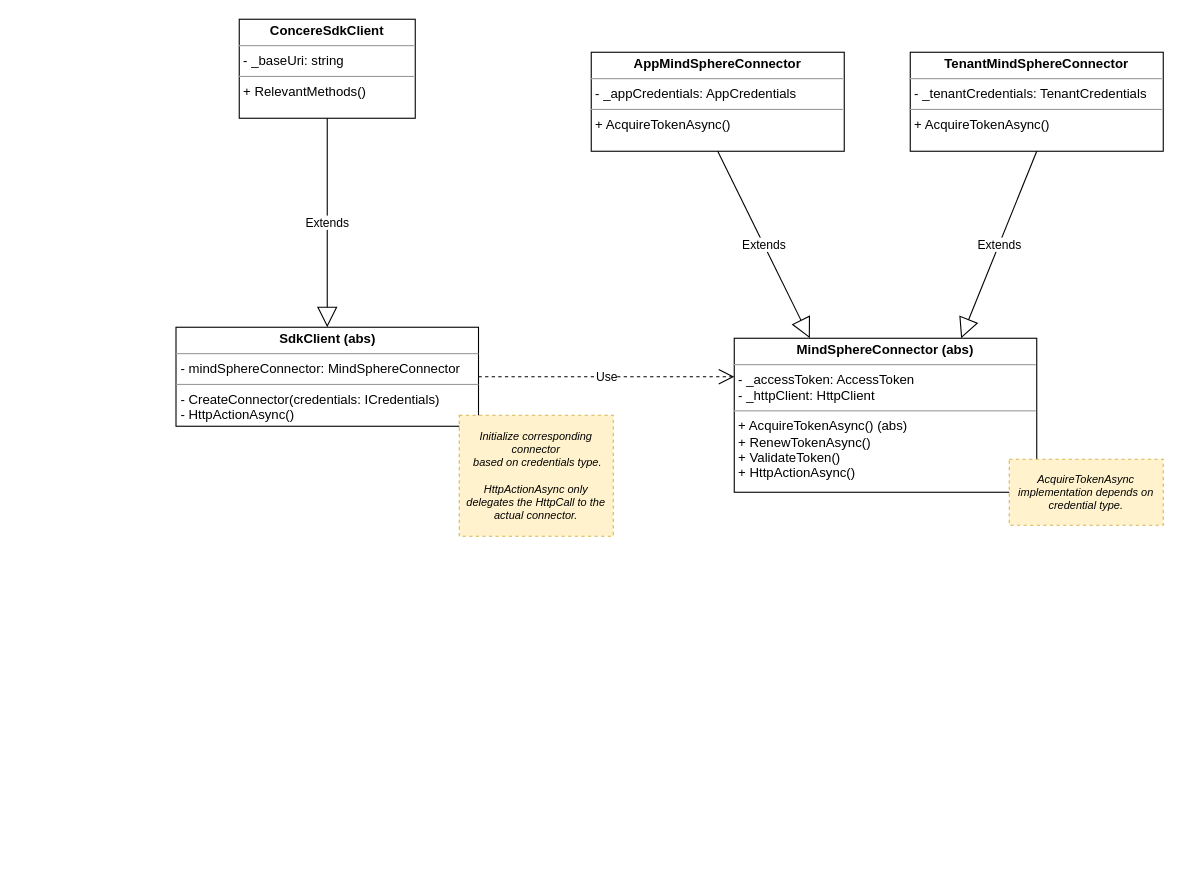
The draw.io diagram mindsphere-sdk-dotnet.drawio in adamposledni/mindsphere-sdk-dotnet, before the edit. Source tidied: cells renumbered, new cells numbered last; positions are measured from the earlier drawing's top-left corner, leaving out a move shared by most shapes. Both pictures are drawn from the tidied source at 110%, with x=0, y=0 at pixel (175, 19).
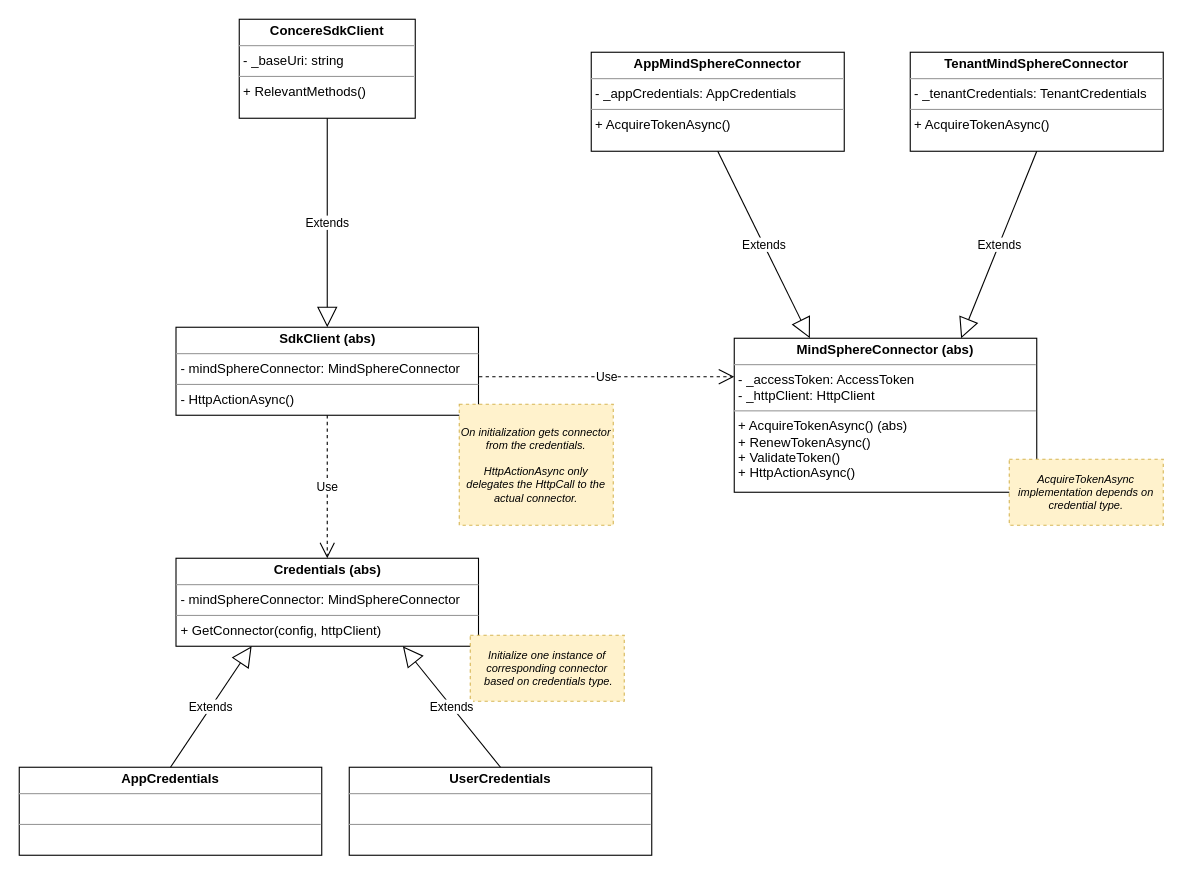
The same page after the edit.

Commit message:
Update architecture diagram

The change refers to these unchanged cells:
```xml
<mxCell id="6" value="&lt;p style=&quot;margin: 0px ; margin-top: 4px ; text-align: center&quot;&gt;&lt;b&gt;MindSphereConnector (abs)&lt;/b&gt;&lt;/p&gt;&lt;hr size=&quot;1&quot;&gt;&lt;p style=&quot;margin: 0px 0px 0px 4px&quot;&gt;- _accessToken: AccessToken&lt;/p&gt;&lt;p style=&quot;margin: 0px 0px 0px 4px&quot;&gt;- _httpClient: HttpClient&lt;/p&gt;&lt;hr size=&quot;1&quot;&gt;&lt;p style=&quot;margin: 0px 0px 0px 4px&quot;&gt;+ AcquireTokenAsync() (abs)&amp;nbsp;&lt;/p&gt;&lt;p style=&quot;margin: 0px 0px 0px 4px&quot;&gt;+ RenewTokenAsync()&lt;/p&gt;&lt;p style=&quot;margin: 0px 0px 0px 4px&quot;&gt;+ ValidateToken()&lt;/p&gt;&lt;p style=&quot;margin: 0px 0px 0px 4px&quot;&gt;+ HttpActionAsync()&lt;/p&gt;" style="verticalAlign=top;align=left;overflow=fill;fontSize=12;fontFamily=Helvetica;html=1;" parent="1" vertex="1">
  <mxGeometry x="508" y="290" width="275" height="140" as="geometry" />
</mxCell>
```

Change to the diagram source:
```diff
@@
-    <mxCell id="4" value="&lt;p style=&quot;margin: 0px ; margin-top: 4px ; text-align: center&quot;&gt;&lt;b&gt;SdkClient (abs)&lt;/b&gt;&lt;/p&gt;&lt;hr size=&quot;1&quot;&gt;&lt;p style=&quot;margin: 0px ; margin-left: 4px&quot;&gt;- mindSphereConnector: MindSphereConnector&lt;/p&gt;&lt;hr size=&quot;1&quot;&gt;&lt;p style=&quot;margin: 0px ; margin-left: 4px&quot;&gt;- CreateConnector(credentials: ICredentials)&lt;/p&gt;&lt;p style=&quot;margin: 0px ; margin-left: 4px&quot;&gt;- HttpActionAsync()&lt;/p&gt;" style="verticalAlign=top;align=left;overflow=fill;fontSize=12;fontFamily=Helvetica;html=1;" parent="1" vertex="1">
-      <mxGeometry x="0.5" y="280" width="275" height="90" as="geometry" />
+    <mxCell id="4" value="&lt;p style=&quot;margin: 0px ; margin-top: 4px ; text-align: center&quot;&gt;&lt;b&gt;SdkClient (abs)&lt;/b&gt;&lt;/p&gt;&lt;hr size=&quot;1&quot;&gt;&lt;p style=&quot;margin: 0px ; margin-left: 4px&quot;&gt;- mindSphereConnector: MindSphereConnector&lt;/p&gt;&lt;hr size=&quot;1&quot;&gt;&lt;p style=&quot;margin: 0px ; margin-left: 4px&quot;&gt;&lt;span&gt;- HttpActionAsync()&lt;/span&gt;&lt;br&gt;&lt;/p&gt;" style="verticalAlign=top;align=left;overflow=fill;fontSize=12;fontFamily=Helvetica;html=1;" parent="1" vertex="1">
+      <mxGeometry x="0.5" y="280" width="275" height="80" as="geometry" />
     </mxCell>
-    <mxCell id="5" value="Use" style="endArrow=open;endSize=12;dashed=1;html=1;exitX=1;exitY=0.5;exitDx=0;exitDy=0;entryX=0;entryY=0.25;entryDx=0;entryDy=0;" parent="1" edge="1" source="4" target="6">
-      <mxGeometry relative="1" as="geometry" />
+    <mxCell id="5" value="Use" style="endArrow=open;endSize=12;dashed=1;html=1;entryX=0;entryY=0.25;entryDx=0;entryDy=0;" parent="1" edge="1" target="6">
+      <mxGeometry relative="1" as="geometry">
+        <mxPoint x="276" y="325" as="sourcePoint" />
+      </mxGeometry>
     </mxCell>
@@
-    <mxCell id="12" value="&lt;span&gt;Initialize corresponding connector&lt;/span&gt;&lt;br&gt;&lt;span&gt;&amp;nbsp;based on credentials type.&lt;br&gt;&lt;br&gt;HttpActionAsync only delegates the HttpCall to the actual connector.&lt;br&gt;&lt;/span&gt;" style="rounded=0;whiteSpace=wrap;html=1;fontSize=10;dashed=1;fontStyle=2;fillColor=#fff2cc;labelPosition=center;verticalLabelPosition=middle;align=center;verticalAlign=middle;strokeColor=#d6b656;" parent="1" vertex="1">
-      <mxGeometry x="258" y="360" width="140" height="110" as="geometry" />
+    <mxCell id="12" value="&lt;span&gt;On initialization gets connector from the credentials.&lt;br&gt;&lt;br&gt;HttpActionAsync only delegates the HttpCall to the actual connector.&lt;br&gt;&lt;/span&gt;" style="rounded=0;whiteSpace=wrap;html=1;fontSize=10;dashed=1;fontStyle=2;fillColor=#fff2cc;labelPosition=center;verticalLabelPosition=middle;align=center;verticalAlign=middle;strokeColor=#d6b656;" parent="1" vertex="1">
+      <mxGeometry x="258" y="350" width="140" height="110" as="geometry" />
     </mxCell>
+    <mxCell id="13" value="&lt;p style=&quot;margin: 0px ; margin-top: 4px ; text-align: center&quot;&gt;&lt;b&gt;Credentials (abs)&lt;/b&gt;&lt;/p&gt;&lt;hr size=&quot;1&quot;&gt;&lt;p style=&quot;margin: 0px ; margin-left: 4px&quot;&gt;- mindSphereConnector: MindSphereConnector&lt;/p&gt;&lt;hr size=&quot;1&quot;&gt;&lt;p style=&quot;margin: 0px ; margin-left: 4px&quot;&gt;+ GetConnector(config, httpClient)&lt;/p&gt;" style="verticalAlign=top;align=left;overflow=fill;fontSize=12;fontFamily=Helvetica;html=1;" parent="1" vertex="1">
+      <mxGeometry x="0.5" y="490" width="275" height="80" as="geometry" />
+    </mxCell>
+    <mxCell id="14" value="Use" style="endArrow=open;endSize=12;dashed=1;html=1;exitX=0.5;exitY=1;exitDx=0;exitDy=0;entryX=0.5;entryY=0;entryDx=0;entryDy=0;" parent="1" edge="1" source="4" target="13">
+      <mxGeometry relative="1" as="geometry" />
+    </mxCell>
+    <mxCell id="15" value="Initialize one instance of corresponding connector&lt;br&gt;&amp;nbsp;based on credentials type." style="rounded=0;whiteSpace=wrap;html=1;fontSize=10;dashed=1;fontStyle=2;fillColor=#fff2cc;strokeColor=#d6b656;" parent="1" vertex="1">
+      <mxGeometry x="268" y="560" width="140" height="60" as="geometry" />
+    </mxCell>
+    <mxCell id="16" value="&lt;p style=&quot;margin: 0px ; margin-top: 4px ; text-align: center&quot;&gt;&lt;b&gt;AppCredentials&lt;/b&gt;&lt;/p&gt;&lt;hr size=&quot;1&quot;&gt;&lt;p style=&quot;margin: 0px ; margin-left: 4px&quot;&gt;&lt;br&gt;&lt;/p&gt;&lt;hr size=&quot;1&quot;&gt;&lt;p style=&quot;margin: 0px ; margin-left: 4px&quot;&gt;&lt;br&gt;&lt;/p&gt;" style="verticalAlign=top;align=left;overflow=fill;fontSize=12;fontFamily=Helvetica;html=1;" parent="1" vertex="1">
+      <mxGeometry x="-142" y="680" width="275" height="80" as="geometry" />
+    </mxCell>
+    <mxCell id="17" value="&lt;p style=&quot;margin: 0px ; margin-top: 4px ; text-align: center&quot;&gt;&lt;b&gt;UserCredentials&lt;/b&gt;&lt;/p&gt;&lt;hr size=&quot;1&quot;&gt;&lt;p style=&quot;margin: 0px ; margin-left: 4px&quot;&gt;&lt;br&gt;&lt;/p&gt;&lt;hr size=&quot;1&quot;&gt;&lt;p style=&quot;margin: 0px ; margin-left: 4px&quot;&gt;&lt;br&gt;&lt;/p&gt;" style="verticalAlign=top;align=left;overflow=fill;fontSize=12;fontFamily=Helvetica;html=1;" parent="1" vertex="1">
+      <mxGeometry x="158" y="680" width="275" height="80" as="geometry" />
+    </mxCell>
+    <mxCell id="18" value="Extends" style="endArrow=block;endSize=16;endFill=0;html=1;exitX=0.5;exitY=0;exitDx=0;exitDy=0;entryX=0.25;entryY=1;entryDx=0;entryDy=0;" parent="1" edge="1" source="16" target="13">
+      <mxGeometry relative="1" as="geometry" />
+    </mxCell>
+    <mxCell id="19" value="Extends" style="endArrow=block;endSize=16;endFill=0;html=1;exitX=0.5;exitY=0;exitDx=0;exitDy=0;entryX=0.75;entryY=1;entryDx=0;entryDy=0;" parent="1" edge="1" source="17" target="13">
+      <mxGeometry relative="1" as="geometry" />
+    </mxCell>
```
